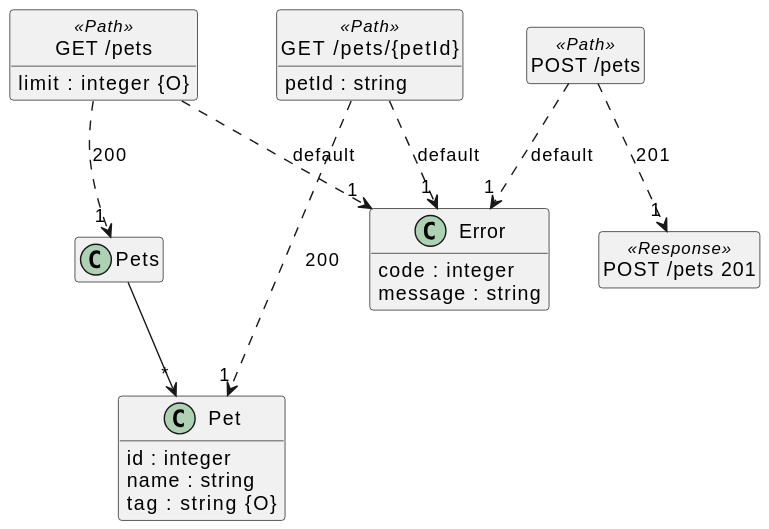
davidmoten/openapi-to-plantuml keeps this PlantUML diagram as src/docs/tests/petstore.puml.svg. Above is the earlier version.
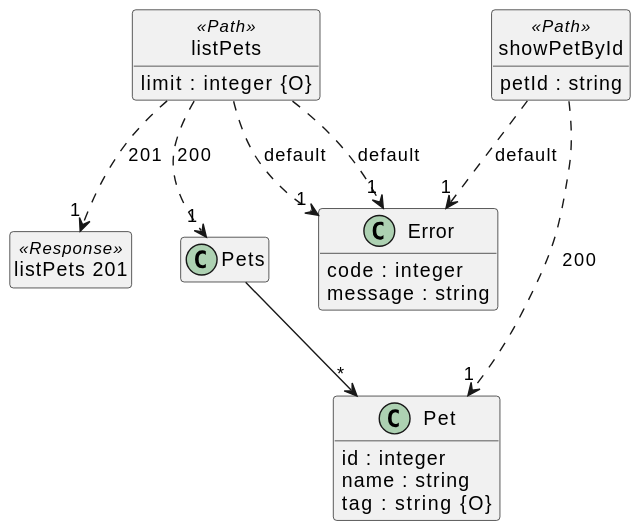
After the change.

Commit message:
use operationId as path names

What changed in the source:
```diff
@@ -20,31 +20,31 @@
   {field} message : string
 }
 
-class "GET /pets" <<Path>> {
+class "listPets" <<Path>> {
   {field} limit : integer {O}
 }
 
-class "POST /pets" <<Path>> {
+class "listPets" <<Path>> {
 }
 
-class "POST /pets 201" <<Response>> {
+class "listPets 201" <<Response>> {
 }
 
-class "GET /pets/{petId}" <<Path>> {
+class "showPetById" <<Path>> {
   {field} petId : string
 }
 
 "Pets" --> "*" "Pet"
 
-"GET /pets" ..> "1" "Pets"  :  "200"
+"listPets" ..> "1" "Pets"  :  "200"
 
-"GET /pets" ..> "1" "Error"  :  "default"
+"listPets" ..> "1" "Error"  :  "default"
 
-"POST /pets" ..> "1" "POST /pets 201"  :  "201"
+"listPets" ..> "1" "listPets 201"  :  "201"
 
-"POST /pets" ..> "1" "Error"  :  "default"
+"listPets" ..> "1" "Error"  :  "default"
 
-"GET /pets/{petId}" ..> "1" "Pet"  :  "200"
+"showPetById" ..> "1" "Pet"  :  "200"
 
-"GET /pets/{petId}" ..> "1" "Error"  :  "default"
+"showPetById" ..> "1" "Error"  :  "default"
 @enduml
```
